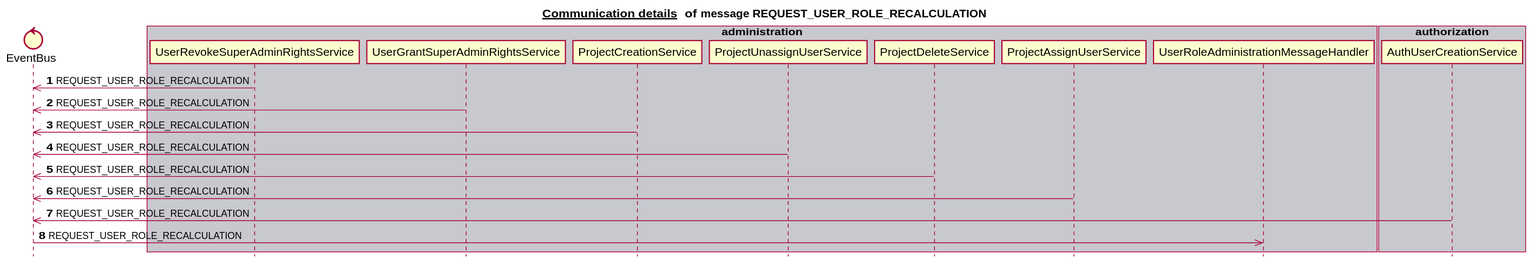
mercedes-benz/sechub keeps this PlantUML diagram as docs/latest/images/gen_domain_messaging_request_user_role_recalculation.svg. Above is the earlier version.
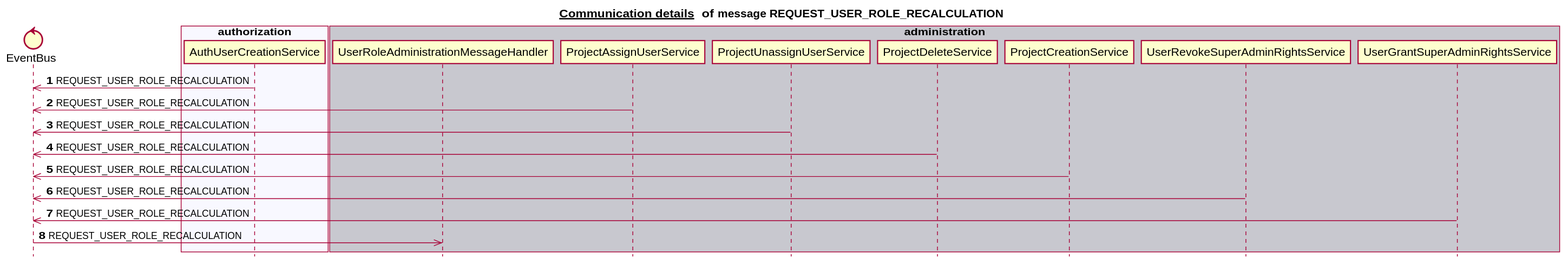
After the change.

Change to the diagram source:
```diff
@@ -6,32 +6,32 @@
 
 
 control EventBus
+box "scan" #C8C8CF
+end box
+box "authorization" #F8F8FF
+   participant AuthUserCreationService
+end box
 box "administration" #C8C8CF
+   participant UserRoleAdministrationMessageHandler
+   participant ProjectAssignUserService
+   participant ProjectUnassignUserService
+   participant ProjectDeleteService
+   participant ProjectCreationService
    participant UserRevokeSuperAdminRightsService
    participant UserGrantSuperAdminRightsService
-   participant ProjectCreationService
-   participant ProjectUnassignUserService
-   participant ProjectDeleteService
-   participant ProjectAssignUserService
-   participant UserRoleAdministrationMessageHandler
 end box
-box "schedule" #F8F8FF
+box "notification" #F8F8FF
 end box
-box "authorization" #C8C8CF
-   participant AuthUserCreationService
-end box
-box "scan" #F8F8FF
-end box
-box "notification" #C8C8CF
+box "schedule" #C8C8CF
 end box
 autonumber 1
+AuthUserCreationService ->> EventBus:REQUEST_USER_ROLE_RECALCULATION
+ProjectAssignUserService ->> EventBus:REQUEST_USER_ROLE_RECALCULATION
+ProjectUnassignUserService ->> EventBus:REQUEST_USER_ROLE_RECALCULATION
+ProjectDeleteService ->> EventBus:REQUEST_USER_ROLE_RECALCULATION
+ProjectCreationService ->> EventBus:REQUEST_USER_ROLE_RECALCULATION
 UserRevokeSuperAdminRightsService ->> EventBus:REQUEST_USER_ROLE_RECALCULATION
 UserGrantSuperAdminRightsService ->> EventBus:REQUEST_USER_ROLE_RECALCULATION
-ProjectCreationService ->> EventBus:REQUEST_USER_ROLE_RECALCULATION
-ProjectUnassignUserService ->> EventBus:REQUEST_USER_ROLE_RECALCULATION
-ProjectDeleteService ->> EventBus:REQUEST_USER_ROLE_RECALCULATION
-ProjectAssignUserService ->> EventBus:REQUEST_USER_ROLE_RECALCULATION
-AuthUserCreationService ->> EventBus:REQUEST_USER_ROLE_RECALCULATION
 EventBus ->> UserRoleAdministrationMessageHandler:REQUEST_USER_ROLE_RECALCULATION
 autonumber stop
 
```
